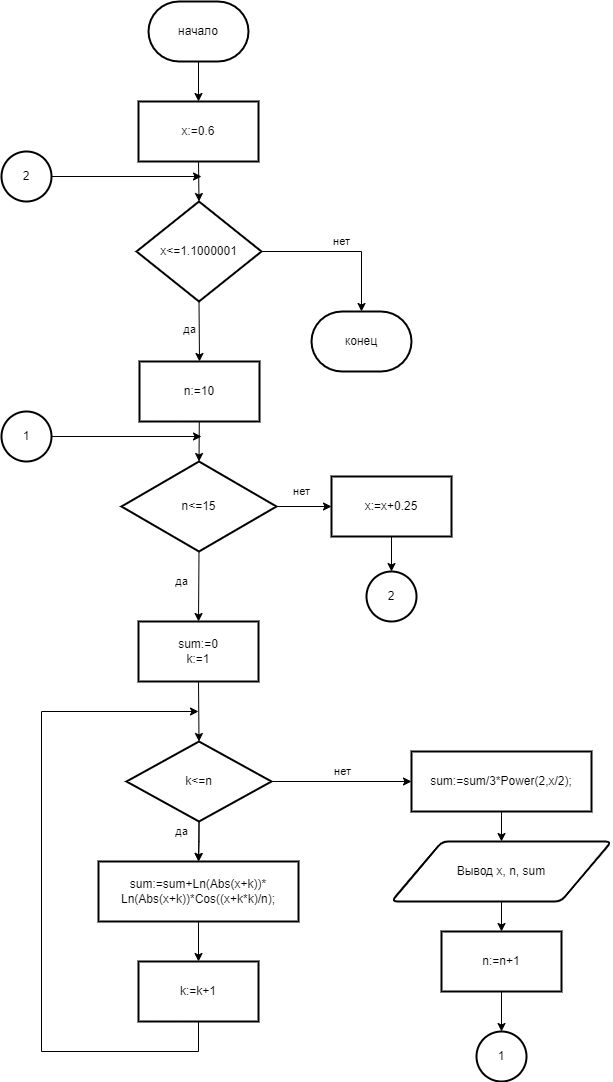
MarkOstapchuk/lab-2 keeps this draw.io diagram as lab2-schema.png. Above is the earlier version. Source tidied: cells renumbered, new cells last; positions are measured from the earlier drawing's top-left corner, leaving out a move shared by most shapes. Its diagram source:
```xml
<mxGraphModel>
  <root>
    <mxCell id="0" />
    <mxCell id="1" parent="0" />
    <mxCell id="2" value="начало" style="strokeWidth=2;html=1;shape=mxgraph.flowchart.terminator;whiteSpace=wrap;" parent="1" vertex="1">
      <mxGeometry x="147" width="100" height="60" as="geometry" />
    </mxCell>
    <mxCell id="3" value="x:=0.6" style="rounded=0;whiteSpace=wrap;html=1;strokeWidth=2;" parent="1" vertex="1">
      <mxGeometry x="137" y="100" width="120" height="60" as="geometry" />
    </mxCell>
    <mxCell id="4" style="endArrow=classic;html=1;rounded=0;exitX=0.5;exitY=1;exitDx=0;exitDy=0;exitPerimeter=0;entryX=0.5;entryY=0;entryDx=0;entryDy=0;" parent="1" edge="1" source="2" target="3">
      <mxGeometry relative="1" as="geometry" />
    </mxCell>
    <mxCell id="5" style="endArrow=classic;html=1;rounded=0;exitX=0.5;exitY=1;exitDx=0;exitDy=0;entryX=0.5;entryY=0;entryDx=0;entryDy=0;entryPerimeter=0;" parent="1" edge="1" source="3" target="6">
      <mxGeometry relative="1" as="geometry" />
    </mxCell>
    <mxCell id="6" value="x&amp;lt;=1.1000001" style="strokeWidth=2;html=1;shape=mxgraph.flowchart.decision;whiteSpace=wrap;" parent="1" vertex="1">
      <mxGeometry x="135" y="200" width="125" height="100" as="geometry" />
    </mxCell>
    <mxCell id="7" value="да" style="endArrow=classic;html=1;rounded=0;exitX=0.5;exitY=1;exitDx=0;exitDy=0;exitPerimeter=0;entryX=0.5;entryY=0;entryDx=0;entryDy=0;" parent="1" edge="1" source="6" target="9">
      <mxGeometry x="-0.07" y="-10" relative="1" as="geometry" />
    </mxCell>
    <mxCell id="8" value="n&amp;lt;=15" style="strokeWidth=2;html=1;shape=mxgraph.flowchart.decision;whiteSpace=wrap;" parent="1" vertex="1">
      <mxGeometry x="120" y="460" width="155" height="90" as="geometry" />
    </mxCell>
    <mxCell id="9" value="n:=10" style="rounded=0;whiteSpace=wrap;html=1;strokeWidth=2;" parent="1" vertex="1">
      <mxGeometry x="138" y="360" width="120" height="60" as="geometry" />
    </mxCell>
    <mxCell id="10" style="endArrow=classic;html=1;rounded=0;entryX=0.5;entryY=0;entryDx=0;entryDy=0;entryPerimeter=0;" parent="1" edge="1" source="9" target="8">
      <mxGeometry relative="1" as="geometry" />
    </mxCell>
    <mxCell id="11" value="да" style="endArrow=classic;html=1;rounded=0;exitX=0.5;exitY=1;exitDx=0;exitDy=0;exitPerimeter=0;entryX=0.5;entryY=0;entryDx=0;entryDy=0;" parent="1" edge="1" source="8" target="12">
      <mxGeometry x="-0.14" y="-17" relative="1" as="geometry" />
    </mxCell>
    <mxCell id="12" value="sum:=0&lt;br&gt;k:=1" style="rounded=0;whiteSpace=wrap;html=1;strokeWidth=2;" parent="1" vertex="1">
      <mxGeometry x="137" y="620" width="120" height="60" as="geometry" />
    </mxCell>
    <mxCell id="13" style="endArrow=classic;html=1;rounded=0;exitX=0.5;exitY=1;exitDx=0;exitDy=0;entryX=0.5;entryY=0;entryDx=0;entryDy=0;" parent="1" edge="1" source="12" target="15">
      <mxGeometry relative="1" as="geometry" />
    </mxCell>
    <mxCell id="14" style="edgeStyle=orthogonalEdgeStyle;rounded=0;jettySize=auto;html=1;" parent="1" edge="1" source="15" target="16">
      <mxGeometry relative="1" as="geometry" />
    </mxCell>
    <mxCell id="15" value="k&amp;lt;=n" style="rhombus;whiteSpace=wrap;html=1;strokeWidth=2;" parent="1" vertex="1">
      <mxGeometry x="125" y="740" width="145" height="80" as="geometry" />
    </mxCell>
    <mxCell id="16" value="sum:=sum+Ln(Abs(x+k))*&lt;br&gt;Ln(Abs(x+k))*Cos((x+k*k)/n);" style="rounded=0;whiteSpace=wrap;html=1;strokeWidth=2;" parent="1" vertex="1">
      <mxGeometry x="97" y="860" width="200" height="60" as="geometry" />
    </mxCell>
    <mxCell id="17" value="да" style="endArrow=classic;html=1;rounded=0;exitX=0.5;exitY=1;exitDx=0;exitDy=0;entryX=0.5;entryY=0;entryDx=0;entryDy=0;" parent="1" edge="1" source="15" target="16">
      <mxGeometry x="-0.49" y="-17" relative="1" as="geometry" />
    </mxCell>
    <mxCell id="18" style="endArrow=classic;html=1;rounded=0;exitX=0.5;exitY=1;exitDx=0;exitDy=0;" parent="1" edge="1" source="16" target="19">
      <mxGeometry relative="1" as="geometry" />
    </mxCell>
    <mxCell id="19" value="k:=k+1" style="rounded=0;whiteSpace=wrap;html=1;strokeWidth=2;" parent="1" vertex="1">
      <mxGeometry x="137" y="960" width="120" height="60" as="geometry" />
    </mxCell>
    <mxCell id="20" style="endArrow=classic;html=1;rounded=0;exitX=0.5;exitY=1;exitDx=0;exitDy=0;" parent="1" edge="1" source="19">
      <mxGeometry relative="1" as="geometry">
        <mxPoint x="197" y="710" as="targetPoint" />
        <Array as="points">
          <mxPoint x="197" y="1050" />
          <mxPoint x="40" y="1050" />
          <mxPoint x="40" y="710" />
        </Array>
      </mxGeometry>
    </mxCell>
    <mxCell id="21" value="sum:=sum/3*Power(2,x/2);" style="rounded=0;whiteSpace=wrap;html=1;strokeWidth=2;" parent="1" vertex="1">
      <mxGeometry x="410" y="750" width="180" height="60" as="geometry" />
    </mxCell>
    <mxCell id="22" value="нет" style="endArrow=classic;html=1;rounded=0;exitX=1;exitY=0.5;exitDx=0;exitDy=0;entryX=0;entryY=0.5;entryDx=0;entryDy=0;" parent="1" edge="1" source="15" target="21">
      <mxGeometry y="10" relative="1" as="geometry" />
    </mxCell>
    <mxCell id="23" style="endArrow=classic;html=1;rounded=0;entryX=0.5;entryY=0;entryDx=0;entryDy=0;" parent="1" edge="1" source="21" target="24">
      <mxGeometry relative="1" as="geometry" />
    </mxCell>
    <mxCell id="24" value="Вывод x, n, sum" style="shape=parallelogram;html=1;strokeWidth=2;perimeter=parallelogramPerimeter;whiteSpace=wrap;rounded=1;arcSize=12;size=0.23;" parent="1" vertex="1">
      <mxGeometry x="390" y="840" width="220" height="60" as="geometry" />
    </mxCell>
    <mxCell id="25" style="endArrow=classic;html=1;rounded=0;" parent="1" edge="1" source="24" target="26">
      <mxGeometry relative="1" as="geometry" />
    </mxCell>
    <mxCell id="26" value="n:=n+1" style="rounded=0;whiteSpace=wrap;html=1;strokeWidth=2;" parent="1" vertex="1">
      <mxGeometry x="440" y="930" width="120" height="60" as="geometry" />
    </mxCell>
    <mxCell id="27" value="1" style="ellipse;whiteSpace=wrap;html=1;strokeWidth=2;" parent="1" vertex="1">
      <mxGeometry x="475" y="1030" width="50" height="50" as="geometry" />
    </mxCell>
    <mxCell id="28" style="endArrow=classic;html=1;rounded=0;exitX=0.5;exitY=1;exitDx=0;exitDy=0;entryX=0.5;entryY=0;entryDx=0;entryDy=0;" parent="1" edge="1" source="26" target="27">
      <mxGeometry relative="1" as="geometry" />
    </mxCell>
    <mxCell id="29" value="1" style="ellipse;whiteSpace=wrap;html=1;strokeWidth=2;" parent="1" vertex="1">
      <mxGeometry y="410" width="50" height="50" as="geometry" />
    </mxCell>
    <mxCell id="30" style="endArrow=classic;html=1;rounded=0;exitX=1;exitY=0.5;exitDx=0;exitDy=0;" parent="1" edge="1" source="29">
      <mxGeometry relative="1" as="geometry">
        <mxPoint x="200" y="435" as="targetPoint" />
      </mxGeometry>
    </mxCell>
    <mxCell id="31" value="x:=x+0.25" style="rounded=0;whiteSpace=wrap;html=1;strokeWidth=2;" parent="1" vertex="1">
      <mxGeometry x="330" y="475" width="120" height="60" as="geometry" />
    </mxCell>
    <mxCell id="32" value="нет" style="endArrow=classic;html=1;rounded=0;exitX=1;exitY=0.5;exitDx=0;exitDy=0;exitPerimeter=0;entryX=0;entryY=0.5;entryDx=0;entryDy=0;" parent="1" edge="1" source="8" target="31">
      <mxGeometry x="-0.09" y="15" relative="1" as="geometry" />
    </mxCell>
    <mxCell id="33" style="endArrow=classic;html=1;rounded=0;" parent="1" edge="1" source="31" target="34">
      <mxGeometry relative="1" as="geometry" />
    </mxCell>
    <mxCell id="34" value="2" style="ellipse;whiteSpace=wrap;html=1;strokeWidth=2;" parent="1" vertex="1">
      <mxGeometry x="365" y="570" width="50" height="50" as="geometry" />
    </mxCell>
    <mxCell id="35" value="2" style="ellipse;whiteSpace=wrap;html=1;strokeWidth=2;" parent="1" vertex="1">
      <mxGeometry y="150" width="50" height="50" as="geometry" />
    </mxCell>
    <mxCell id="36" style="endArrow=classic;html=1;rounded=0;exitX=1;exitY=0.5;exitDx=0;exitDy=0;" parent="1" edge="1" source="35">
      <mxGeometry relative="1" as="geometry">
        <mxPoint x="200" y="175" as="targetPoint" />
      </mxGeometry>
    </mxCell>
    <mxCell id="37" value="нет" style="endArrow=classic;html=1;rounded=0;entryX=0.5;entryY=0;entryDx=0;entryDy=0;entryPerimeter=0;" parent="1" edge="1" source="6" target="38">
      <mxGeometry y="10" relative="1" as="geometry">
        <Array as="points">
          <mxPoint x="360" y="250" />
        </Array>
      </mxGeometry>
    </mxCell>
    <mxCell id="38" value="конец" style="strokeWidth=2;html=1;shape=mxgraph.flowchart.terminator;whiteSpace=wrap;" parent="1" vertex="1">
      <mxGeometry x="310" y="310" width="100" height="60" as="geometry" />
    </mxCell>
  </root>
</mxGraphModel>
```
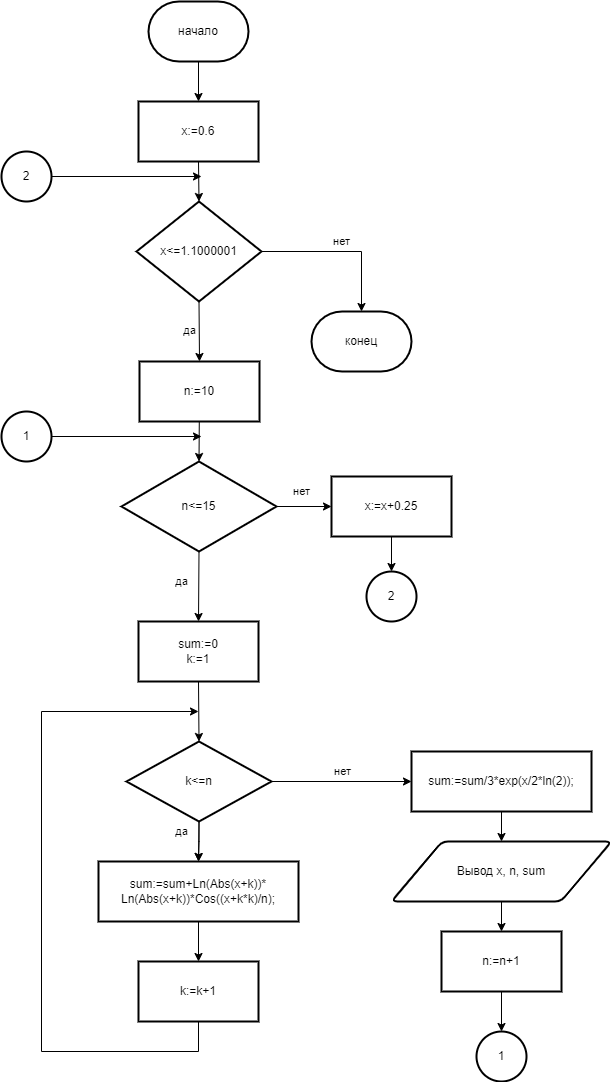
After the change.

Change to the diagram source:
```diff
@@ -66,7 +66,7 @@
         </Array>
       </mxGeometry>
     </mxCell>
-    <mxCell id="21" value="sum:=sum/3*Power(2,x/2);" style="rounded=0;whiteSpace=wrap;html=1;strokeWidth=2;" parent="1" vertex="1">
+    <mxCell id="21" value="sum:=sum/3*exp(x/2*ln(2));" style="rounded=0;whiteSpace=wrap;html=1;strokeWidth=2;" parent="1" vertex="1">
       <mxGeometry x="410" y="750" width="180" height="60" as="geometry" />
     </mxCell>
     <mxCell id="22" value="нет" style="endArrow=classic;html=1;rounded=0;exitX=1;exitY=0.5;exitDx=0;exitDy=0;entryX=0;entryY=0.5;entryDx=0;entryDy=0;" parent="1" edge="1" source="15" target="21">
```
